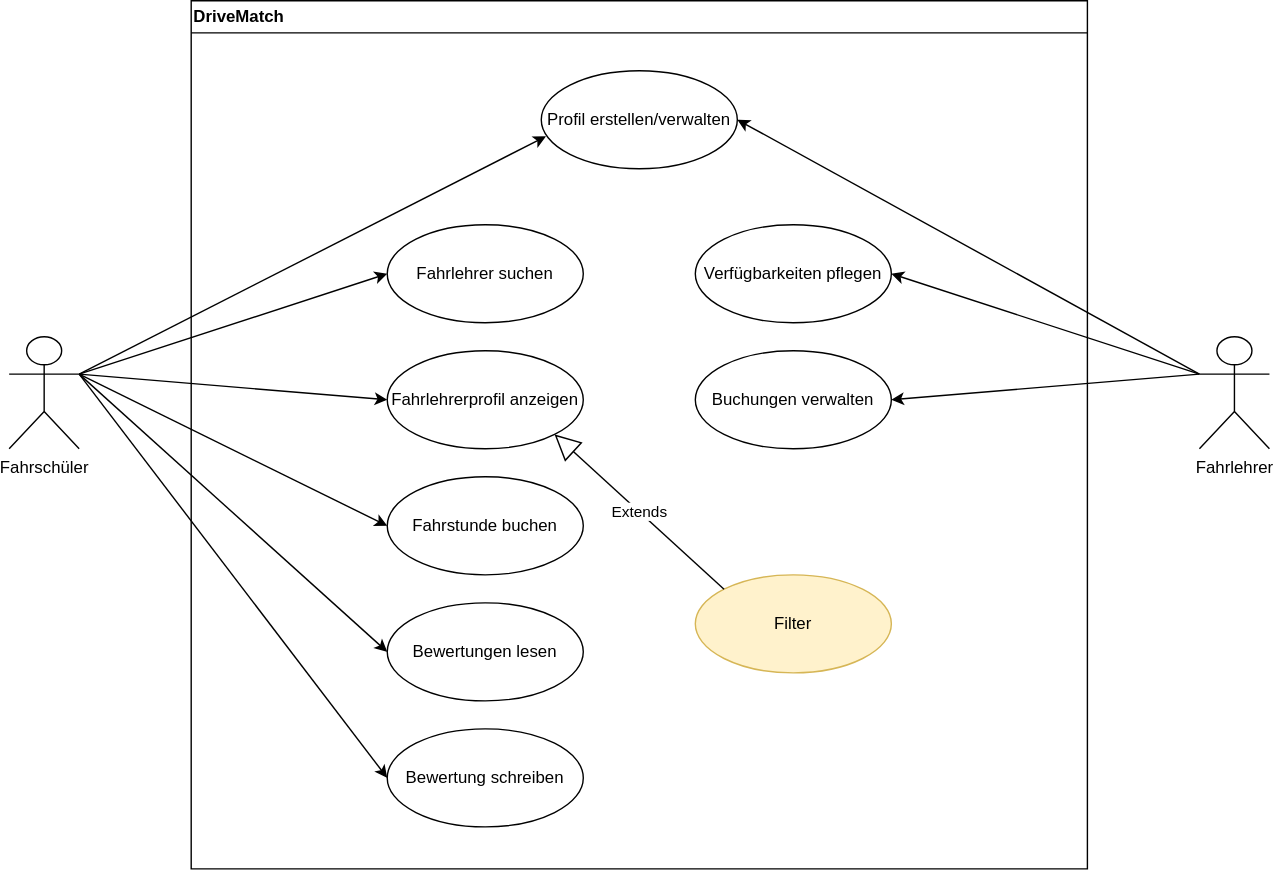
Earlier version of the draw.io export doc/figures/use-case-diagram.drawio.svg (ljodzavsr/Software-Engineering-Semesterprojekt-DriveMatch). Source tidied: cells renumbered, new cells last; positions are measured from the earlier drawing's top-left corner, leaving out a move shared by most shapes.
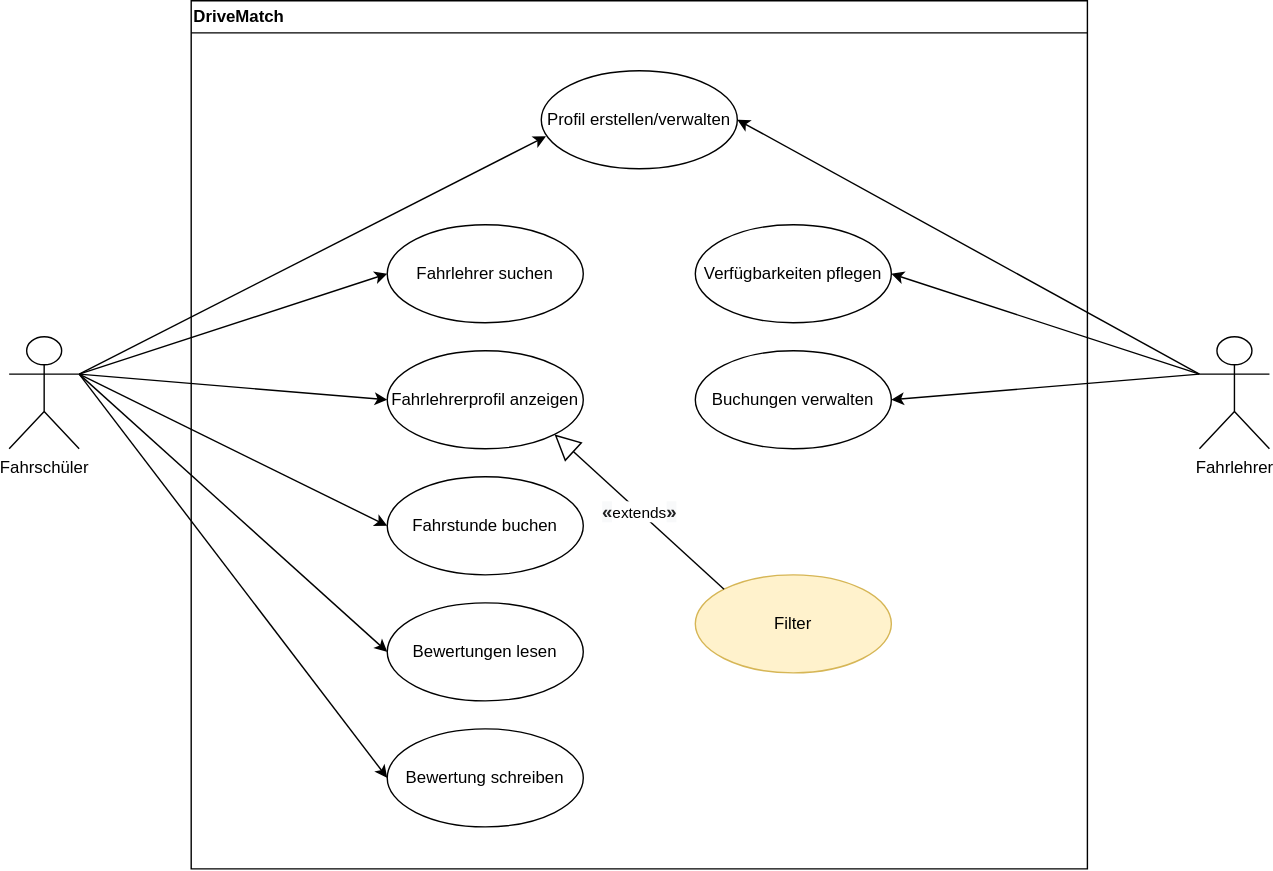
The same file after the commit.

Diff of the diagram source:
```diff
@@ -35,7 +35,7 @@
     <mxCell id="12" value="Filter" style="ellipse;whiteSpace=wrap;html=1;fillColor=#fff2cc;strokeColor=#d6b656;" parent="3" vertex="1">
       <mxGeometry x="360" y="410" width="140" height="70" as="geometry" />
     </mxCell>
-    <mxCell id="13" value="Extends" style="endArrow=block;endSize=16;endFill=0;html=1;rounded=0;entryX=1;entryY=1;entryDx=0;entryDy=0;exitX=0;exitY=0;exitDx=0;exitDy=0;" parent="3" edge="1" source="12" target="7">
+    <mxCell id="13" value="&lt;b style=&quot;color: rgb(32, 33, 34); font-family: sans-serif; font-size: 13.3px; text-align: right; text-wrap: wrap; background-color: rgb(248, 249, 250);&quot;&gt;«&lt;/b&gt;extends&lt;b style=&quot;color: rgb(32, 33, 34); font-family: sans-serif; font-size: 13.3px; text-align: right; text-wrap: wrap; background-color: rgb(248, 249, 250);&quot;&gt;»&lt;/b&gt;" style="endArrow=block;endSize=16;endFill=0;html=1;rounded=0;entryX=1;entryY=1;entryDx=0;entryDy=0;exitX=0;exitY=0;exitDx=0;exitDy=0;" parent="3" edge="1" source="12" target="7">
       <mxGeometry relative="1" as="geometry" />
     </mxCell>
     <mxCell id="14" value="Fahrschüler" style="shape=umlActor;verticalLabelPosition=bottom;verticalAlign=top;html=1;" parent="1" vertex="1">
```
